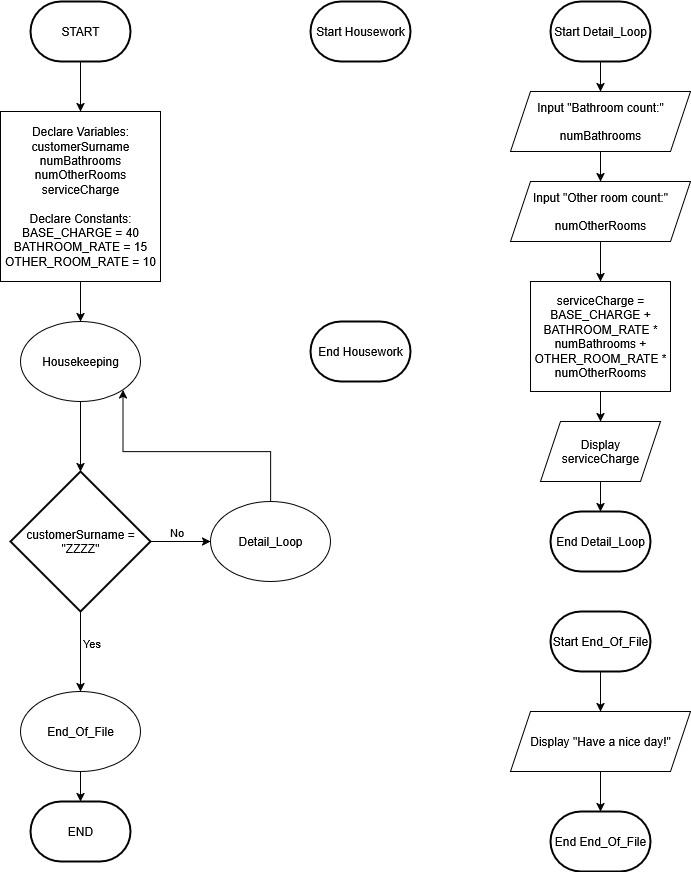
CBowles10/SDEV_120_FALL2025_CBOWLES keeps this draw.io diagram as Mod2_Ex8_Flowchart.drawio.png. Above is the earlier version. Source tidied: cells renumbered, new cells last; positions are measured from the earlier drawing's top-left corner, leaving out a move shared by most shapes. Source of this version:
```xml
<mxGraphModel>
  <root>
    <mxCell id="0" />
    <mxCell id="1" parent="0" />
    <mxCell id="2" style="edgeStyle=orthogonalEdgeStyle;rounded=0;jettySize=auto;html=1;exitX=0.5;exitY=1;exitDx=0;exitDy=0;entryX=0.5;entryY=0;entryDx=0;entryDy=0;exitPerimeter=0;" parent="1" edge="1" source="28" target="4">
      <mxGeometry relative="1" as="geometry" />
    </mxCell>
    <mxCell id="3" style="edgeStyle=orthogonalEdgeStyle;rounded=0;jettySize=auto;html=1;exitX=0.5;exitY=1;exitDx=0;exitDy=0;entryX=0.5;entryY=0;entryDx=0;entryDy=0;" parent="1" edge="1" source="4" target="25">
      <mxGeometry relative="1" as="geometry" />
    </mxCell>
    <mxCell id="4" value="&lt;div&gt;Declare Variables:&lt;/div&gt;&lt;div&gt;customerSurname&lt;br&gt;numBathrooms&lt;br&gt;numOtherRooms&lt;br&gt;serviceCharge&lt;br&gt;&lt;br&gt;Declare Constants:&lt;br&gt;BASE_CHARGE = 40&lt;br&gt;BATHROOM_RATE = 15&lt;br&gt;OTHER_ROOM_RATE = 10&lt;/div&gt;" style="rounded=0;whiteSpace=wrap;html=1;" parent="1" vertex="1">
      <mxGeometry y="110" width="160" height="170" as="geometry" />
    </mxCell>
    <mxCell id="5" style="edgeStyle=orthogonalEdgeStyle;rounded=0;jettySize=auto;html=1;exitX=1;exitY=0.5;exitDx=0;exitDy=0;exitPerimeter=0;entryX=0;entryY=0.5;entryDx=0;entryDy=0;" parent="1" edge="1" source="9" target="11">
      <mxGeometry relative="1" as="geometry" />
    </mxCell>
    <mxCell id="6" value="No" style="edgeLabel;html=1;align=center;verticalAlign=middle;" parent="5" vertex="1">
      <mxGeometry x="-0.18" y="-1" relative="1" as="geometry">
        <mxPoint y="-11" as="offset" />
      </mxGeometry>
    </mxCell>
    <mxCell id="7" style="edgeStyle=orthogonalEdgeStyle;rounded=0;jettySize=auto;html=1;exitX=0.5;exitY=1;exitDx=0;exitDy=0;exitPerimeter=0;entryX=0.5;entryY=0;entryDx=0;entryDy=0;" parent="1" edge="1" source="9" target="13">
      <mxGeometry relative="1" as="geometry" />
    </mxCell>
    <mxCell id="8" value="Yes" style="edgeLabel;html=1;align=center;verticalAlign=middle;" parent="7" vertex="1">
      <mxGeometry x="-0.21" y="-2" relative="1" as="geometry">
        <mxPoint x="12" as="offset" />
      </mxGeometry>
    </mxCell>
    <mxCell id="9" value="customerSurname = &quot;ZZZZ&quot;" style="strokeWidth=2;html=1;shape=mxgraph.flowchart.decision;whiteSpace=wrap;" parent="1" vertex="1">
      <mxGeometry x="10" y="470" width="140" height="140" as="geometry" />
    </mxCell>
    <mxCell id="10" style="edgeStyle=orthogonalEdgeStyle;rounded=0;jettySize=auto;html=1;exitX=0.5;exitY=0;exitDx=0;exitDy=0;entryX=1;entryY=1;entryDx=0;entryDy=0;" parent="1" edge="1" source="11" target="25">
      <mxGeometry relative="1" as="geometry" />
    </mxCell>
    <mxCell id="11" value="Detail_Loop" style="ellipse;whiteSpace=wrap;html=1;" parent="1" vertex="1">
      <mxGeometry x="210" y="500" width="120" height="80" as="geometry" />
    </mxCell>
    <mxCell id="12" style="edgeStyle=orthogonalEdgeStyle;rounded=0;jettySize=auto;html=1;exitX=0.5;exitY=1;exitDx=0;exitDy=0;entryX=0.5;entryY=0;entryDx=0;entryDy=0;entryPerimeter=0;" parent="1" edge="1" source="13" target="27">
      <mxGeometry relative="1" as="geometry" />
    </mxCell>
    <mxCell id="13" value="End_Of_File" style="ellipse;whiteSpace=wrap;html=1;" parent="1" vertex="1">
      <mxGeometry x="20" y="690" width="120" height="80" as="geometry" />
    </mxCell>
    <mxCell id="14" style="edgeStyle=orthogonalEdgeStyle;rounded=0;jettySize=auto;html=1;exitX=0.5;exitY=1;exitDx=0;exitDy=0;entryX=0.5;entryY=0;entryDx=0;entryDy=0;exitPerimeter=0;" parent="1" edge="1" source="31" target="22">
      <mxGeometry relative="1" as="geometry" />
    </mxCell>
    <mxCell id="15" style="edgeStyle=orthogonalEdgeStyle;rounded=0;jettySize=auto;html=1;exitX=0.5;exitY=1;exitDx=0;exitDy=0;entryX=0.5;entryY=0;entryDx=0;entryDy=0;" parent="1" edge="1" source="16" target="18">
      <mxGeometry relative="1" as="geometry" />
    </mxCell>
    <mxCell id="16" value="serviceCharge = BASE_CHARGE + BATHROOM_RATE * numBathrooms + OTHER_ROOM_RATE * numOtherRooms" style="rounded=0;whiteSpace=wrap;html=1;" parent="1" vertex="1">
      <mxGeometry x="530" y="280" width="140" height="110" as="geometry" />
    </mxCell>
    <mxCell id="17" style="edgeStyle=orthogonalEdgeStyle;rounded=0;orthogonalLoop=1;jettySize=auto;html=1;exitX=0.5;exitY=1;exitDx=0;exitDy=0;" parent="1" edge="1" source="16" target="16">
      <mxGeometry relative="1" as="geometry" />
    </mxCell>
    <mxCell id="18" value="Display serviceCharge" style="shape=parallelogram;perimeter=parallelogramPerimeter;whiteSpace=wrap;html=1;fixedSize=1;" parent="1" vertex="1">
      <mxGeometry x="540" y="420" width="120" height="60" as="geometry" />
    </mxCell>
    <mxCell id="19" style="edgeStyle=orthogonalEdgeStyle;rounded=0;jettySize=auto;html=1;exitX=0.5;exitY=1;exitDx=0;exitDy=0;entryX=0.5;entryY=0;entryDx=0;entryDy=0;" parent="1" edge="1" source="20" target="16">
      <mxGeometry relative="1" as="geometry" />
    </mxCell>
    <mxCell id="20" value="Input &quot;Other room count:&quot;&lt;br&gt;&lt;br&gt;numOtherRooms" style="shape=parallelogram;perimeter=parallelogramPerimeter;whiteSpace=wrap;html=1;fixedSize=1;" parent="1" vertex="1">
      <mxGeometry x="510" y="180" width="180" height="60" as="geometry" />
    </mxCell>
    <mxCell id="21" style="edgeStyle=orthogonalEdgeStyle;rounded=0;jettySize=auto;html=1;exitX=0.5;exitY=1;exitDx=0;exitDy=0;entryX=0.5;entryY=0;entryDx=0;entryDy=0;" parent="1" edge="1" source="22" target="20">
      <mxGeometry relative="1" as="geometry" />
    </mxCell>
    <mxCell id="22" value="Input &quot;Bathroom count:&quot;&lt;br&gt;&lt;br&gt;numBathrooms" style="shape=parallelogram;perimeter=parallelogramPerimeter;whiteSpace=wrap;html=1;fixedSize=1;" parent="1" vertex="1">
      <mxGeometry x="510" y="90" width="180" height="60" as="geometry" />
    </mxCell>
    <mxCell id="23" style="edgeStyle=orthogonalEdgeStyle;rounded=0;jettySize=auto;html=1;exitX=0.5;exitY=1;exitDx=0;exitDy=0;entryX=0.5;entryY=0;entryDx=0;entryDy=0;entryPerimeter=0;" parent="1" edge="1" source="24" target="35">
      <mxGeometry relative="1" as="geometry" />
    </mxCell>
    <mxCell id="24" value="Display &quot;Have a nice day!&quot;" style="shape=parallelogram;perimeter=parallelogramPerimeter;whiteSpace=wrap;html=1;fixedSize=1;" parent="1" vertex="1">
      <mxGeometry x="510" y="710" width="180" height="60" as="geometry" />
    </mxCell>
    <mxCell id="25" value="Housekeeping" style="ellipse;whiteSpace=wrap;html=1;" parent="1" vertex="1">
      <mxGeometry x="20" y="320" width="120" height="80" as="geometry" />
    </mxCell>
    <mxCell id="26" style="edgeStyle=orthogonalEdgeStyle;rounded=0;jettySize=auto;html=1;exitX=0.5;exitY=1;exitDx=0;exitDy=0;entryX=0.5;entryY=0;entryDx=0;entryDy=0;entryPerimeter=0;" parent="1" edge="1" source="25" target="9">
      <mxGeometry relative="1" as="geometry" />
    </mxCell>
    <mxCell id="27" value="END" style="strokeWidth=2;html=1;shape=mxgraph.flowchart.terminator;whiteSpace=wrap;" parent="1" vertex="1">
      <mxGeometry x="30" y="800" width="100" height="60" as="geometry" />
    </mxCell>
    <mxCell id="28" value="START" style="strokeWidth=2;html=1;shape=mxgraph.flowchart.terminator;whiteSpace=wrap;" parent="1" vertex="1">
      <mxGeometry x="30" width="100" height="60" as="geometry" />
    </mxCell>
    <mxCell id="29" value="End Housework" style="strokeWidth=2;html=1;shape=mxgraph.flowchart.terminator;whiteSpace=wrap;" parent="1" vertex="1">
      <mxGeometry x="310" y="320" width="100" height="60" as="geometry" />
    </mxCell>
    <mxCell id="30" value="Start Housework" style="strokeWidth=2;html=1;shape=mxgraph.flowchart.terminator;whiteSpace=wrap;" parent="1" vertex="1">
      <mxGeometry x="310" width="100" height="60" as="geometry" />
    </mxCell>
    <mxCell id="31" value="Start Detail_Loop" style="strokeWidth=2;html=1;shape=mxgraph.flowchart.terminator;whiteSpace=wrap;" parent="1" vertex="1">
      <mxGeometry x="550" width="100" height="60" as="geometry" />
    </mxCell>
    <mxCell id="32" value="End Detail_Loop" style="strokeWidth=2;html=1;shape=mxgraph.flowchart.terminator;whiteSpace=wrap;" parent="1" vertex="1">
      <mxGeometry x="550" y="510" width="100" height="60" as="geometry" />
    </mxCell>
    <mxCell id="33" style="edgeStyle=orthogonalEdgeStyle;rounded=0;jettySize=auto;html=1;exitX=0.5;exitY=1;exitDx=0;exitDy=0;exitPerimeter=0;entryX=0.5;entryY=0;entryDx=0;entryDy=0;" parent="1" edge="1" source="34" target="24">
      <mxGeometry relative="1" as="geometry" />
    </mxCell>
    <mxCell id="34" value="Start End_Of_File" style="strokeWidth=2;html=1;shape=mxgraph.flowchart.terminator;whiteSpace=wrap;" parent="1" vertex="1">
      <mxGeometry x="550" y="610" width="100" height="60" as="geometry" />
    </mxCell>
    <mxCell id="35" value="End End_Of_File" style="strokeWidth=2;html=1;shape=mxgraph.flowchart.terminator;whiteSpace=wrap;" parent="1" vertex="1">
      <mxGeometry x="550" y="810" width="100" height="60" as="geometry" />
    </mxCell>
    <mxCell id="36" style="edgeStyle=orthogonalEdgeStyle;rounded=0;jettySize=auto;html=1;exitX=0.5;exitY=1;exitDx=0;exitDy=0;entryX=0.5;entryY=0;entryDx=0;entryDy=0;entryPerimeter=0;" parent="1" edge="1" source="18" target="32">
      <mxGeometry relative="1" as="geometry" />
    </mxCell>
  </root>
</mxGraphModel>
```
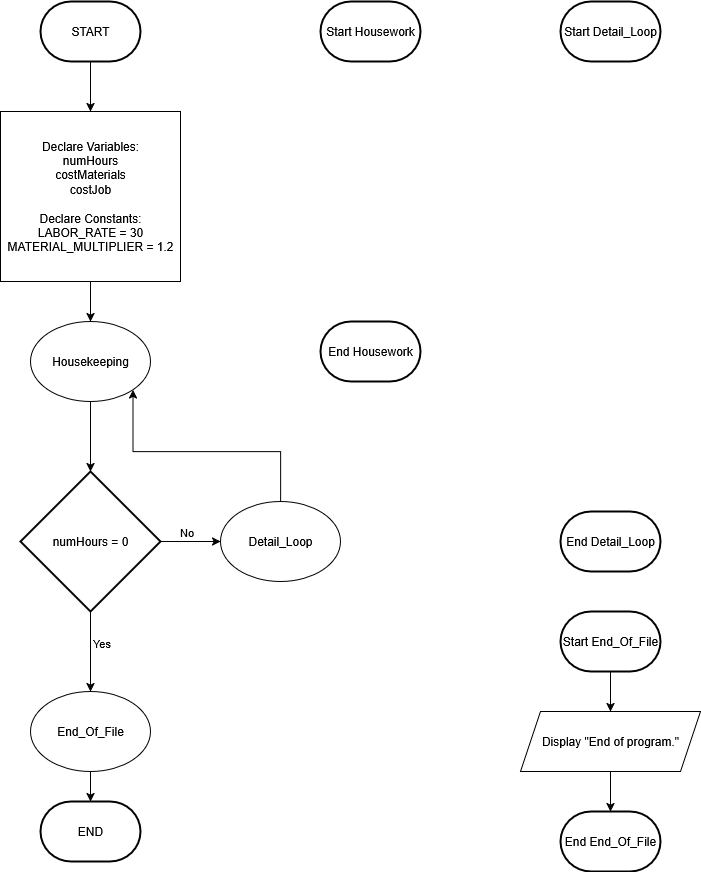
Later version of the same file.

Diff of the diagram source:
```diff
@@ -8,8 +8,8 @@
     <mxCell id="3" style="edgeStyle=orthogonalEdgeStyle;rounded=0;jettySize=auto;html=1;exitX=0.5;exitY=1;exitDx=0;exitDy=0;entryX=0.5;entryY=0;entryDx=0;entryDy=0;" parent="1" edge="1" source="4" target="25">
       <mxGeometry relative="1" as="geometry" />
     </mxCell>
-    <mxCell id="4" value="&lt;div&gt;Declare Variables:&lt;/div&gt;&lt;div&gt;customerSurname&lt;br&gt;numBathrooms&lt;br&gt;numOtherRooms&lt;br&gt;serviceCharge&lt;br&gt;&lt;br&gt;Declare Constants:&lt;br&gt;BASE_CHARGE = 40&lt;br&gt;BATHROOM_RATE = 15&lt;br&gt;OTHER_ROOM_RATE = 10&lt;/div&gt;" style="rounded=0;whiteSpace=wrap;html=1;" parent="1" vertex="1">
-      <mxGeometry y="110" width="160" height="170" as="geometry" />
+    <mxCell id="4" value="&lt;div&gt;Declare Variables:&lt;/div&gt;&lt;div&gt;numHours&lt;br&gt;costMaterials&lt;br&gt;costJob&lt;br&gt;&lt;br&gt;Declare Constants:&lt;br&gt;&lt;span style=&quot;white-space: pre;&quot;&gt;LABOR_RATE = 30&lt;br&gt;MATERIAL_MULTIPLIER = 1.2&lt;/span&gt;&lt;/div&gt;" style="rounded=0;whiteSpace=wrap;html=1;" parent="1" vertex="1">
+      <mxGeometry x="-10" y="110" width="180" height="170" as="geometry" />
     </mxCell>
     <mxCell id="5" style="edgeStyle=orthogonalEdgeStyle;rounded=0;jettySize=auto;html=1;exitX=1;exitY=0.5;exitDx=0;exitDy=0;exitPerimeter=0;entryX=0;entryY=0.5;entryDx=0;entryDy=0;" parent="1" edge="1" source="9" target="11">
       <mxGeometry relative="1" as="geometry" />
@@ -27,7 +27,7 @@
         <mxPoint x="12" as="offset" />
       </mxGeometry>
     </mxCell>
-    <mxCell id="9" value="customerSurname = &quot;ZZZZ&quot;" style="strokeWidth=2;html=1;shape=mxgraph.flowchart.decision;whiteSpace=wrap;" parent="1" vertex="1">
+    <mxCell id="9" value="numHours = 0" style="strokeWidth=2;html=1;shape=mxgraph.flowchart.decision;whiteSpace=wrap;" parent="1" vertex="1">
       <mxGeometry x="10" y="470" width="140" height="140" as="geometry" />
     </mxCell>
     <mxCell id="10" style="edgeStyle=orthogonalEdgeStyle;rounded=0;jettySize=auto;html=1;exitX=0.5;exitY=0;exitDx=0;exitDy=0;entryX=1;entryY=1;entryDx=0;entryDy=0;" parent="1" edge="1" source="11" target="25">
@@ -42,37 +42,10 @@
     <mxCell id="13" value="End_Of_File" style="ellipse;whiteSpace=wrap;html=1;" parent="1" vertex="1">
       <mxGeometry x="20" y="690" width="120" height="80" as="geometry" />
     </mxCell>
-    <mxCell id="14" style="edgeStyle=orthogonalEdgeStyle;rounded=0;jettySize=auto;html=1;exitX=0.5;exitY=1;exitDx=0;exitDy=0;entryX=0.5;entryY=0;entryDx=0;entryDy=0;exitPerimeter=0;" parent="1" edge="1" source="31" target="22">
-      <mxGeometry relative="1" as="geometry" />
-    </mxCell>
-    <mxCell id="15" style="edgeStyle=orthogonalEdgeStyle;rounded=0;jettySize=auto;html=1;exitX=0.5;exitY=1;exitDx=0;exitDy=0;entryX=0.5;entryY=0;entryDx=0;entryDy=0;" parent="1" edge="1" source="16" target="18">
-      <mxGeometry relative="1" as="geometry" />
-    </mxCell>
-    <mxCell id="16" value="serviceCharge = BASE_CHARGE + BATHROOM_RATE * numBathrooms + OTHER_ROOM_RATE * numOtherRooms" style="rounded=0;whiteSpace=wrap;html=1;" parent="1" vertex="1">
-      <mxGeometry x="530" y="280" width="140" height="110" as="geometry" />
-    </mxCell>
-    <mxCell id="17" style="edgeStyle=orthogonalEdgeStyle;rounded=0;orthogonalLoop=1;jettySize=auto;html=1;exitX=0.5;exitY=1;exitDx=0;exitDy=0;" parent="1" edge="1" source="16" target="16">
-      <mxGeometry relative="1" as="geometry" />
-    </mxCell>
-    <mxCell id="18" value="Display serviceCharge" style="shape=parallelogram;perimeter=parallelogramPerimeter;whiteSpace=wrap;html=1;fixedSize=1;" parent="1" vertex="1">
-      <mxGeometry x="540" y="420" width="120" height="60" as="geometry" />
-    </mxCell>
-    <mxCell id="19" style="edgeStyle=orthogonalEdgeStyle;rounded=0;jettySize=auto;html=1;exitX=0.5;exitY=1;exitDx=0;exitDy=0;entryX=0.5;entryY=0;entryDx=0;entryDy=0;" parent="1" edge="1" source="20" target="16">
-      <mxGeometry relative="1" as="geometry" />
-    </mxCell>
-    <mxCell id="20" value="Input &quot;Other room count:&quot;&lt;br&gt;&lt;br&gt;numOtherRooms" style="shape=parallelogram;perimeter=parallelogramPerimeter;whiteSpace=wrap;html=1;fixedSize=1;" parent="1" vertex="1">
-      <mxGeometry x="510" y="180" width="180" height="60" as="geometry" />
-    </mxCell>
-    <mxCell id="21" style="edgeStyle=orthogonalEdgeStyle;rounded=0;jettySize=auto;html=1;exitX=0.5;exitY=1;exitDx=0;exitDy=0;entryX=0.5;entryY=0;entryDx=0;entryDy=0;" parent="1" edge="1" source="22" target="20">
-      <mxGeometry relative="1" as="geometry" />
-    </mxCell>
-    <mxCell id="22" value="Input &quot;Bathroom count:&quot;&lt;br&gt;&lt;br&gt;numBathrooms" style="shape=parallelogram;perimeter=parallelogramPerimeter;whiteSpace=wrap;html=1;fixedSize=1;" parent="1" vertex="1">
-      <mxGeometry x="510" y="90" width="180" height="60" as="geometry" />
-    </mxCell>
     <mxCell id="23" style="edgeStyle=orthogonalEdgeStyle;rounded=0;jettySize=auto;html=1;exitX=0.5;exitY=1;exitDx=0;exitDy=0;entryX=0.5;entryY=0;entryDx=0;entryDy=0;entryPerimeter=0;" parent="1" edge="1" source="24" target="35">
       <mxGeometry relative="1" as="geometry" />
     </mxCell>
-    <mxCell id="24" value="Display &quot;Have a nice day!&quot;" style="shape=parallelogram;perimeter=parallelogramPerimeter;whiteSpace=wrap;html=1;fixedSize=1;" parent="1" vertex="1">
+    <mxCell id="24" value="Display &quot;End of program.&quot;" style="shape=parallelogram;perimeter=parallelogramPerimeter;whiteSpace=wrap;html=1;fixedSize=1;" parent="1" vertex="1">
       <mxGeometry x="510" y="710" width="180" height="60" as="geometry" />
     </mxCell>
     <mxCell id="25" value="Housekeeping" style="ellipse;whiteSpace=wrap;html=1;" parent="1" vertex="1">
@@ -108,8 +81,5 @@
     <mxCell id="35" value="End End_Of_File" style="strokeWidth=2;html=1;shape=mxgraph.flowchart.terminator;whiteSpace=wrap;" parent="1" vertex="1">
       <mxGeometry x="550" y="810" width="100" height="60" as="geometry" />
     </mxCell>
-    <mxCell id="36" style="edgeStyle=orthogonalEdgeStyle;rounded=0;jettySize=auto;html=1;exitX=0.5;exitY=1;exitDx=0;exitDy=0;entryX=0.5;entryY=0;entryDx=0;entryDy=0;entryPerimeter=0;" parent="1" edge="1" source="18" target="32">
-      <mxGeometry relative="1" as="geometry" />
-    </mxCell>
   </root>
 </mxGraphModel>
```
